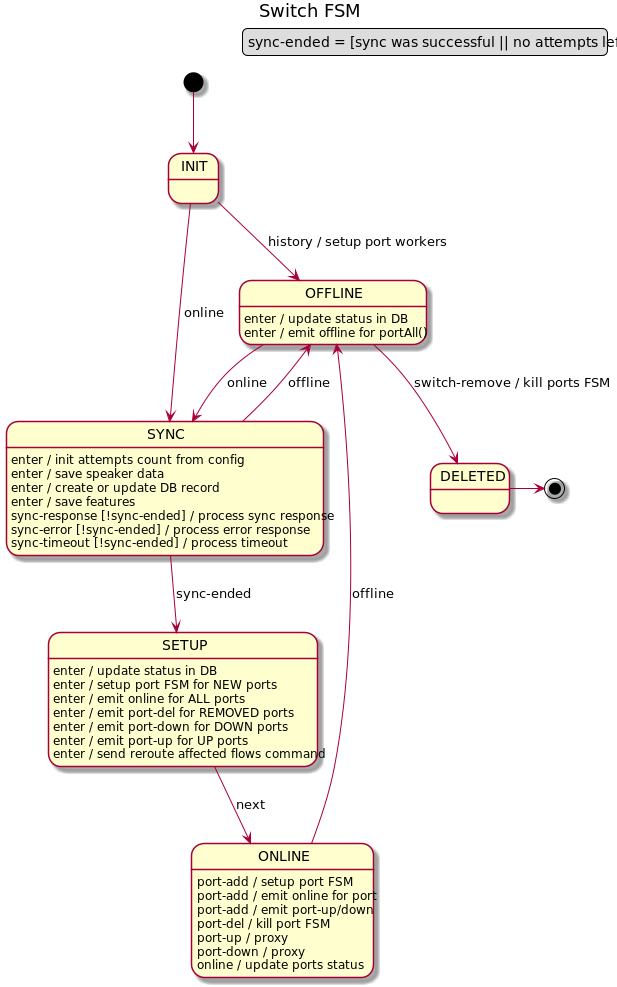
The PlantUML diagram docs/design/network-discovery/switch-FSM.png in telstra/open-kilda, before a commit.
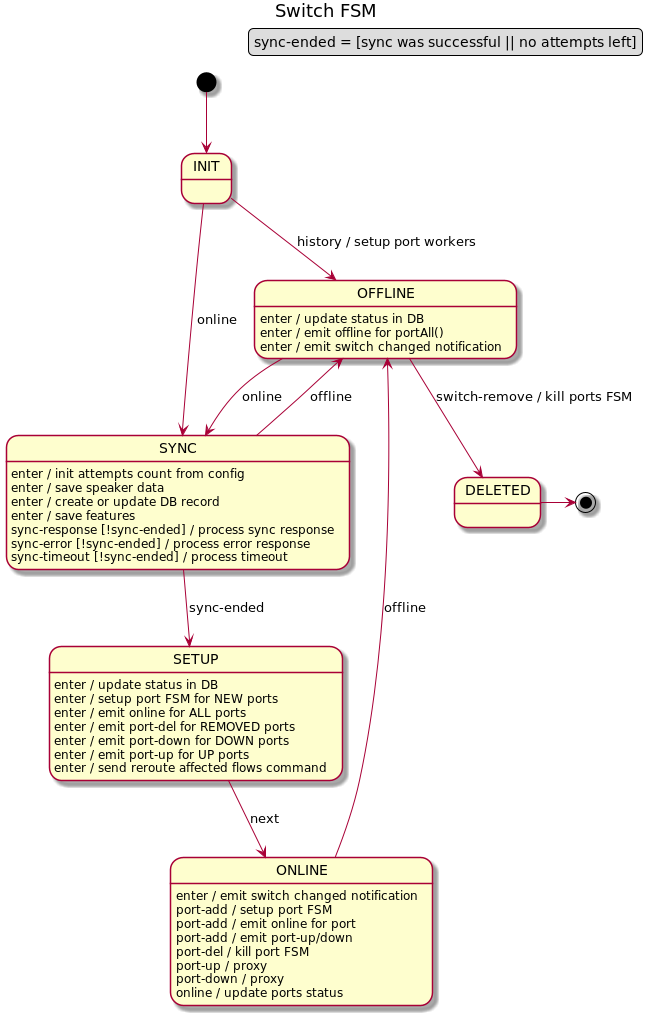
After the change.

The edit, as a diff of the source:
```diff
@@ -29,6 +29,7 @@
 SETUP : enter / send reroute affected flows command
 SETUP --> ONLINE : next
 
+ONLINE : enter / emit switch changed notification
 ONLINE : port-add / setup port FSM
 ONLINE : port-add / emit online for port
 ONLINE : port-add / emit port-up/down
@@ -40,6 +41,7 @@
 
 OFFLINE : enter / update status in DB
 OFFLINE : enter / emit offline for portAll()
+OFFLINE : enter / emit switch changed notification
 OFFLINE --> SYNC : online
 OFFLINE --> DELETED: switch-remove / kill ports FSM
 DELETED -> [*]
```
